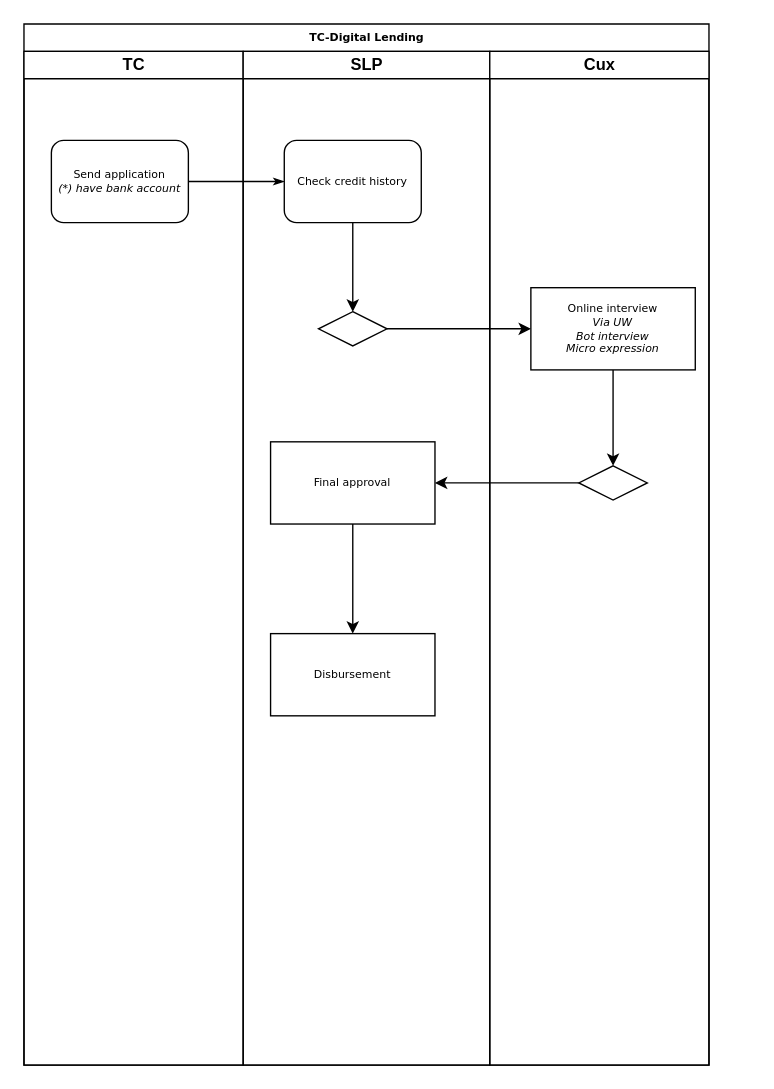
allyvan1314/Note keeps this draw.io diagram as TC.drawio. Above is the earlier version. Source tidied: cells renumbered, new cells numbered last; positions are measured from the earlier drawing's top-left corner, leaving out a move shared by most shapes. Both pictures are drawn from the tidied source at 137%, with x=0, y=0 at pixel (23, 23).
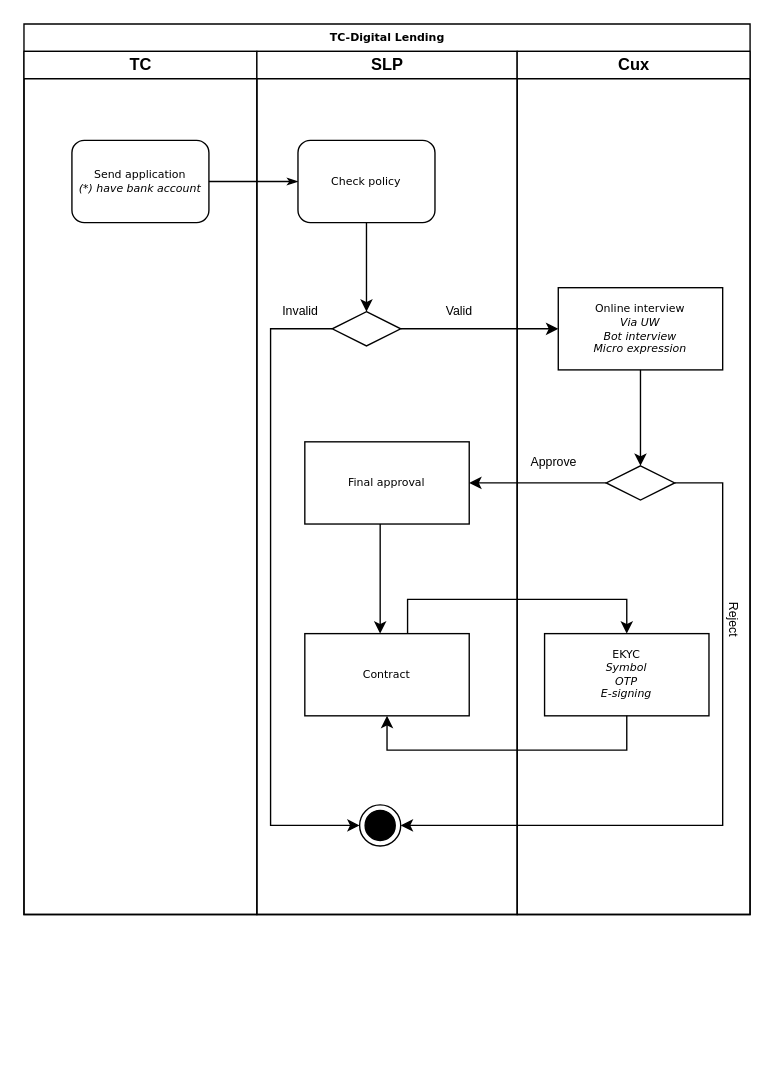
Above is the later version.

Unchanged cells that the change refers to:
```xml
<mxCell id="12" style="rhombus;whiteSpace=wrap;html=1;rounded=0;shadow=0;fontFamily=Verdana;fontSize=8;strokeWidth=1;" parent="10" vertex="1">
  <mxGeometry x="55" y="190" width="50" height="25" as="geometry" />
</mxCell>
<mxCell id="17" style="rhombus;whiteSpace=wrap;html=1;rounded=0;shadow=0;fontFamily=Verdana;fontSize=8;strokeWidth=1;glass=0;sketch=0;" parent="15" vertex="1">
  <mxGeometry x="65" y="302.5" width="50" height="25" as="geometry" />
</mxCell>
```

Diff of the diagram source:
```diff
@@
     <mxCell id="2" value="TC-Digital Lending" style="swimlane;html=1;startSize=20;rounded=0;shadow=0;labelBackgroundColor=none;strokeWidth=1;fontFamily=Verdana;fontSize=8;align=center;" parent="1" vertex="1">
-      <mxGeometry width="500" height="760" as="geometry" />
+      <mxGeometry width="530" height="650" as="geometry" />
     </mxCell>
     <mxCell id="3" value="TC" style="swimlane;html=1;startSize=20;" parent="2" vertex="1">
-      <mxGeometry y="20" width="160" height="740" as="geometry" />
+      <mxGeometry y="20" width="170" height="630" as="geometry" />
     </mxCell>
     <mxCell id="4" value="Send application&lt;br&gt;&lt;i&gt;(*) have bank account&lt;/i&gt;" style="rounded=1;whiteSpace=wrap;html=1;shadow=0;labelBackgroundColor=none;strokeWidth=1;fontFamily=Verdana;fontSize=8;align=center;" parent="3" vertex="1">
-      <mxGeometry x="20" y="65" width="100" height="60" as="geometry" />
+      <mxGeometry x="35" y="65" width="100" height="60" as="geometry" />
     </mxCell>
@@
     <mxCell id="10" value="SLP" style="swimlane;html=1;startSize=20;" parent="2" vertex="1">
-      <mxGeometry x="160" y="20" width="180" height="740" as="geometry" />
+      <mxGeometry x="170" y="20" width="190" height="630" as="geometry" />
     </mxCell>
-    <mxCell id="11" value="Check credit history" style="rounded=1;whiteSpace=wrap;html=1;shadow=0;labelBackgroundColor=none;strokeWidth=1;fontFamily=Verdana;fontSize=8;align=center;" parent="10" vertex="1">
+    <mxCell id="11" value="Check policy" style="rounded=1;whiteSpace=wrap;html=1;shadow=0;labelBackgroundColor=none;strokeWidth=1;fontFamily=Verdana;fontSize=8;align=center;" parent="10" vertex="1">
       <mxGeometry x="30" y="65" width="100" height="60" as="geometry" />
     </mxCell>
@@
     <mxCell id="14" value="Final approval" style="whiteSpace=wrap;html=1;rounded=0;shadow=0;fontFamily=Verdana;fontSize=8;strokeWidth=1;glass=0;sketch=0;" parent="10" vertex="1">
-      <mxGeometry x="20" y="285" width="120" height="60" as="geometry" />
+      <mxGeometry x="35" y="285" width="120" height="60" as="geometry" />
     </mxCell>
+    <mxCell id="23" style="ellipse;html=1;shape=endState;fillColor=#000000;strokeColor=#000000;rounded=0;glass=0;sketch=0;" parent="10" vertex="1">
+      <mxGeometry x="75" y="550" width="30" height="30" as="geometry" />
+    </mxCell>
+    <mxCell id="24" style="edgeStyle=orthogonalEdgeStyle;rounded=0;jettySize=auto;html=1;" parent="10" edge="1" source="12" target="23">
+      <mxGeometry relative="1" as="geometry">
+        <Array as="points">
+          <mxPoint x="10" y="203" />
+          <mxPoint x="10" y="565" />
+        </Array>
+      </mxGeometry>
+    </mxCell>
+    <mxCell id="21" value="Contract" style="whiteSpace=wrap;html=1;rounded=0;shadow=0;fontFamily=Verdana;fontSize=8;strokeWidth=1;glass=0;sketch=0;" parent="10" vertex="1">
+      <mxGeometry x="35" y="425" width="120" height="60" as="geometry" />
+    </mxCell>
+    <mxCell id="22" style="edgeStyle=orthogonalEdgeStyle;rounded=0;jettySize=auto;html=1;" parent="10" edge="1" source="14" target="21">
+      <mxGeometry relative="1" as="geometry">
+        <Array as="points">
+          <mxPoint x="90" y="370" />
+          <mxPoint x="90" y="370" />
+        </Array>
+      </mxGeometry>
+    </mxCell>
+    <mxCell id="25" value="Valid" style="text;html=1;strokeColor=none;fillColor=none;align=center;verticalAlign=middle;whiteSpace=wrap;rounded=0;glass=0;sketch=0;fontSize=9;" parent="10" vertex="1">
+      <mxGeometry x="110" y="180" width="76" height="20" as="geometry" />
+    </mxCell>
+    <mxCell id="26" value="Invalid" style="text;html=1;strokeColor=none;fillColor=none;align=center;verticalAlign=middle;whiteSpace=wrap;rounded=0;glass=0;sketch=0;fontSize=9;" parent="10" vertex="1">
+      <mxGeometry x="-6" y="180" width="76" height="20" as="geometry" />
+    </mxCell>
     <mxCell id="15" value="Cux" style="swimlane;html=1;startSize=20;" parent="2" vertex="1">
-      <mxGeometry x="340" y="20" width="160" height="740" as="geometry" />
+      <mxGeometry x="360" y="20" width="170" height="630" as="geometry" />
     </mxCell>
@@
+    <mxCell id="27" value="EKYC&lt;br&gt;&lt;i&gt;Symbol&lt;br&gt;OTP&lt;br&gt;E-signing&lt;/i&gt;" style="whiteSpace=wrap;html=1;rounded=0;shadow=0;fontFamily=Verdana;fontSize=8;strokeWidth=1;glass=0;sketch=0;" parent="15" vertex="1">
+      <mxGeometry x="20" y="425" width="120" height="60" as="geometry" />
+    </mxCell>
+    <mxCell id="28" value="Approve" style="text;html=1;strokeColor=none;fillColor=none;align=center;verticalAlign=middle;whiteSpace=wrap;rounded=0;glass=0;sketch=0;fontSize=9;" parent="15" vertex="1">
+      <mxGeometry x="-11" y="290" width="76" height="20" as="geometry" />
+    </mxCell>
+    <mxCell id="29" value="Reject" style="text;html=1;strokeColor=none;fillColor=none;align=center;verticalAlign=middle;whiteSpace=wrap;rounded=0;glass=0;sketch=0;fontSize=9;rotation=90;" parent="15" vertex="1">
+      <mxGeometry x="120" y="405" width="76" height="20" as="geometry" />
+    </mxCell>
@@
-    <mxCell id="21" value="Disbursement" style="whiteSpace=wrap;html=1;rounded=0;shadow=0;fontFamily=Verdana;fontSize=8;strokeWidth=1;glass=0;sketch=0;" parent="1" vertex="1">
-      <mxGeometry x="180" y="445" width="120" height="60" as="geometry" />
-    </mxCell>
-    <mxCell id="22" style="edgeStyle=orthogonalEdgeStyle;rounded=0;jettySize=auto;html=1;" parent="1" edge="1" source="14" target="21">
-      <mxGeometry relative="1" as="geometry" />
-    </mxCell>
+    <mxCell id="30" style="edgeStyle=orthogonalEdgeStyle;rounded=0;jettySize=auto;html=1;" parent="2" edge="1" source="17" target="23">
+      <mxGeometry relative="1" as="geometry">
+        <Array as="points">
+          <mxPoint x="510" y="335" />
+          <mxPoint x="510" y="585" />
+        </Array>
+      </mxGeometry>
+    </mxCell>
+    <mxCell id="31" style="edgeStyle=orthogonalEdgeStyle;rounded=0;jettySize=auto;html=1;" parent="2" edge="1" source="21" target="27">
+      <mxGeometry relative="1" as="geometry">
+        <Array as="points">
+          <mxPoint x="280" y="420" />
+          <mxPoint x="440" y="420" />
+        </Array>
+      </mxGeometry>
+    </mxCell>
+    <mxCell id="32" style="edgeStyle=orthogonalEdgeStyle;rounded=0;jettySize=auto;html=1;" parent="2" edge="1" source="27" target="21">
+      <mxGeometry relative="1" as="geometry">
+        <Array as="points">
+          <mxPoint x="440" y="530" />
+          <mxPoint x="265" y="530" />
+        </Array>
+      </mxGeometry>
+    </mxCell>
```
